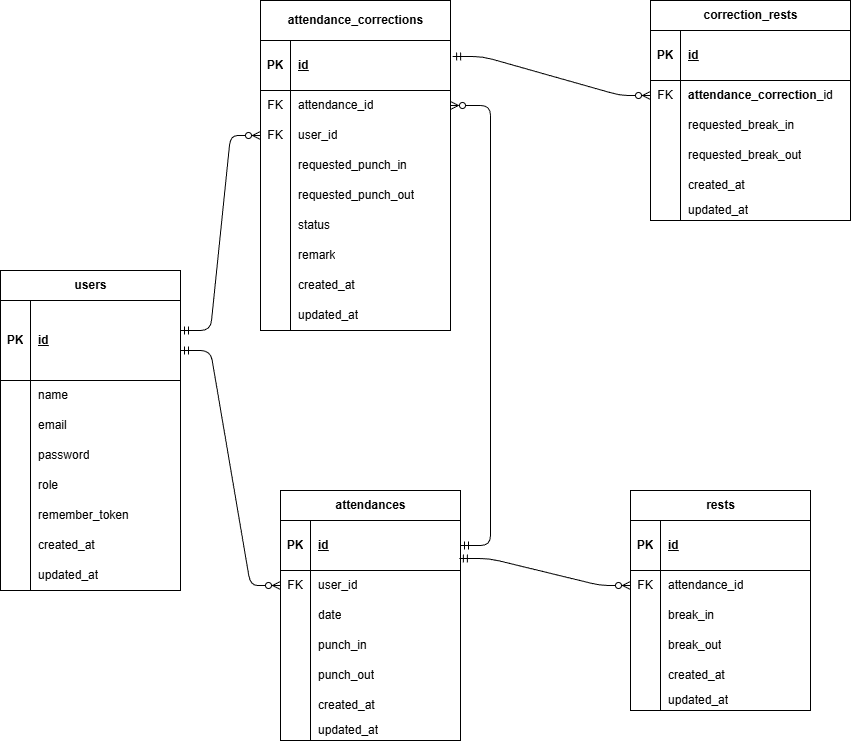
The draw.io diagram ER.drawio.png in HIDE52/hide-kintaiapp, before a commit. Source tidied: cells renumbered, new cells last; positions are measured from the earlier drawing's top-left corner, leaving out a move shared by most shapes.
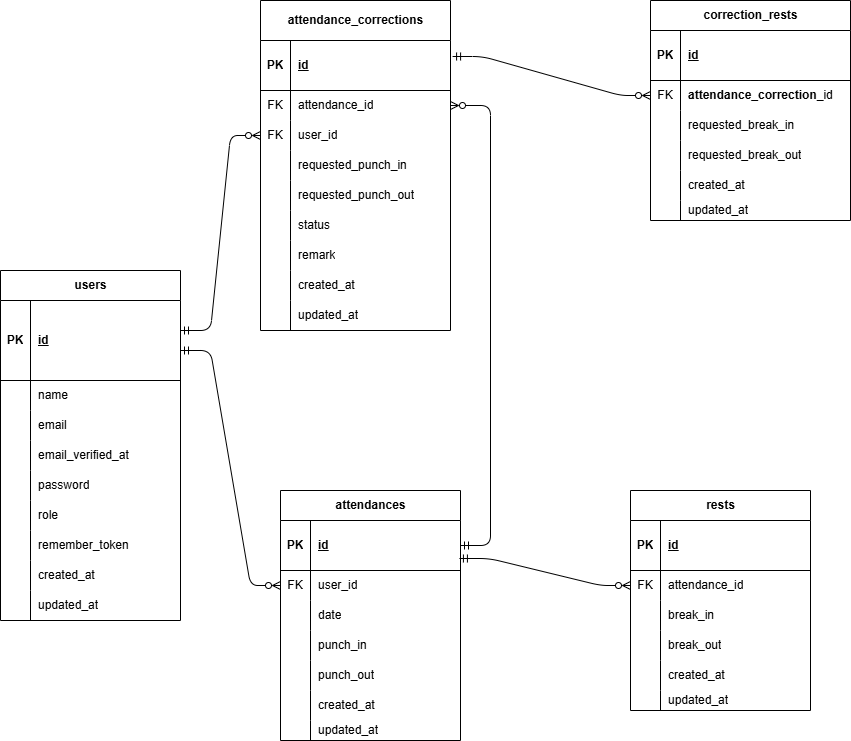
After the change.

What changed in the source:
```diff
@@ -144,7 +144,7 @@
       <mxGeometry x="30" width="150" height="20" as="geometry" />
     </mxCell>
     <mxCell id="49" value="users" style="shape=table;startSize=30;rowLines=0;fontStyle=1;align=center;html=1;" parent="1" vertex="1">
-      <mxGeometry y="555" width="180" height="320" as="geometry" />
+      <mxGeometry y="555" width="180" height="350" as="geometry" />
     </mxCell>
     <mxCell id="50" style="shape=tableRow;horizontal=0;startSize=0;swimlaneHead=0;swimlaneBody=0;fillColor=none;points=[[0,0.5],[1,0.5]];portConstraint=eastwest;top=0;left=0;right=0;bottom=1;" parent="49" vertex="1">
       <mxGeometry y="30" width="180" height="80" as="geometry" />
@@ -173,8 +173,17 @@
     <mxCell id="58" value="email" style="shape=partialRectangle;fillColor=none;top=0;left=0;bottom=0;right=0;align=left;spacingLeft=6;overflow=hidden;whiteSpace=wrap;html=1;" parent="56" vertex="1">
       <mxGeometry x="30" width="150" height="30" as="geometry" />
     </mxCell>
+    <mxCell id="120" style="shape=tableRow;horizontal=0;startSize=0;swimlaneHead=0;swimlaneBody=0;fillColor=none;top=0;left=0;right=0;bottom=0;" parent="49" vertex="1">
+      <mxGeometry y="170" width="180" height="30" as="geometry" />
+    </mxCell>
+    <mxCell id="121" style="shape=partialRectangle;fillColor=none;top=0;left=0;bottom=0;right=0;overflow=hidden;whiteSpace=wrap;html=1;" parent="120" vertex="1">
+      <mxGeometry width="30" height="30" as="geometry" />
+    </mxCell>
+    <mxCell id="122" value="&lt;span style=&quot;color: rgb(0, 0, 0);&quot;&gt;email_verified_at&lt;/span&gt;" style="shape=partialRectangle;fillColor=none;top=0;left=0;bottom=0;right=0;align=left;spacingLeft=6;overflow=hidden;whiteSpace=wrap;html=1;" parent="120" vertex="1">
+      <mxGeometry x="30" width="150" height="30" as="geometry" />
+    </mxCell>
     <mxCell id="59" style="shape=tableRow;horizontal=0;startSize=0;swimlaneHead=0;swimlaneBody=0;fillColor=none;top=0;left=0;right=0;bottom=0;" parent="49" vertex="1">
-      <mxGeometry y="170" width="180" height="30" as="geometry" />
+      <mxGeometry y="200" width="180" height="30" as="geometry" />
     </mxCell>
     <mxCell id="60" style="shape=partialRectangle;fillColor=none;top=0;left=0;bottom=0;right=0;overflow=hidden;whiteSpace=wrap;html=1;" parent="59" vertex="1">
       <mxGeometry width="30" height="30" as="geometry" />
@@ -183,7 +192,7 @@
       <mxGeometry x="30" width="150" height="30" as="geometry" />
     </mxCell>
     <mxCell id="62" style="shape=tableRow;horizontal=0;startSize=0;swimlaneHead=0;swimlaneBody=0;fillColor=none;top=0;left=0;right=0;bottom=0;" parent="49" vertex="1">
-      <mxGeometry y="200" width="180" height="30" as="geometry" />
+      <mxGeometry y="230" width="180" height="30" as="geometry" />
     </mxCell>
     <mxCell id="63" style="shape=partialRectangle;fillColor=none;top=0;left=0;bottom=0;right=0;overflow=hidden;whiteSpace=wrap;html=1;" parent="62" vertex="1">
       <mxGeometry width="30" height="30" as="geometry" />
@@ -192,7 +201,7 @@
       <mxGeometry x="30" width="150" height="30" as="geometry" />
     </mxCell>
     <mxCell id="65" style="shape=tableRow;horizontal=0;startSize=0;swimlaneHead=0;swimlaneBody=0;fillColor=none;top=0;left=0;right=0;bottom=0;" parent="49" vertex="1">
-      <mxGeometry y="230" width="180" height="30" as="geometry" />
+      <mxGeometry y="260" width="180" height="30" as="geometry" />
     </mxCell>
     <mxCell id="66" style="shape=partialRectangle;fillColor=none;top=0;left=0;bottom=0;right=0;overflow=hidden;whiteSpace=wrap;html=1;" parent="65" vertex="1">
       <mxGeometry width="30" height="30" as="geometry" />
@@ -201,7 +210,7 @@
       <mxGeometry x="30" width="150" height="30" as="geometry" />
     </mxCell>
     <mxCell id="68" style="shape=tableRow;horizontal=0;startSize=0;swimlaneHead=0;swimlaneBody=0;fillColor=none;top=0;left=0;right=0;bottom=0;" parent="49" vertex="1">
-      <mxGeometry y="260" width="180" height="30" as="geometry" />
+      <mxGeometry y="290" width="180" height="30" as="geometry" />
     </mxCell>
     <mxCell id="69" style="shape=partialRectangle;fillColor=none;top=0;left=0;bottom=0;right=0;overflow=hidden;whiteSpace=wrap;html=1;" parent="68" vertex="1">
       <mxGeometry width="30" height="30" as="geometry" />
@@ -210,7 +219,7 @@
       <mxGeometry x="30" width="150" height="30" as="geometry" />
     </mxCell>
     <mxCell id="71" style="shape=tableRow;horizontal=0;startSize=0;swimlaneHead=0;swimlaneBody=0;fillColor=none;top=0;left=0;right=0;bottom=0;" parent="49" vertex="1">
-      <mxGeometry y="290" width="180" height="30" as="geometry" />
+      <mxGeometry y="320" width="180" height="30" as="geometry" />
     </mxCell>
     <mxCell id="72" style="shape=partialRectangle;fillColor=none;top=0;left=0;bottom=0;right=0;overflow=hidden;whiteSpace=wrap;html=1;" parent="71" vertex="1">
       <mxGeometry width="30" height="30" as="geometry" />
```
